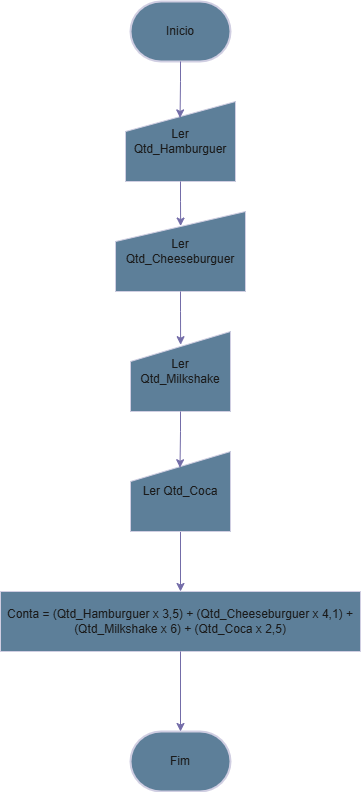
This is Diagramas/exercicios8.drawio.png from andrew-cdia/algoritmos-lista1, a draw.io export, as it was before one commit. Source tidied: cells renumbered, new cells last; positions are measured from the earlier drawing's top-left corner, leaving out a move shared by most shapes.
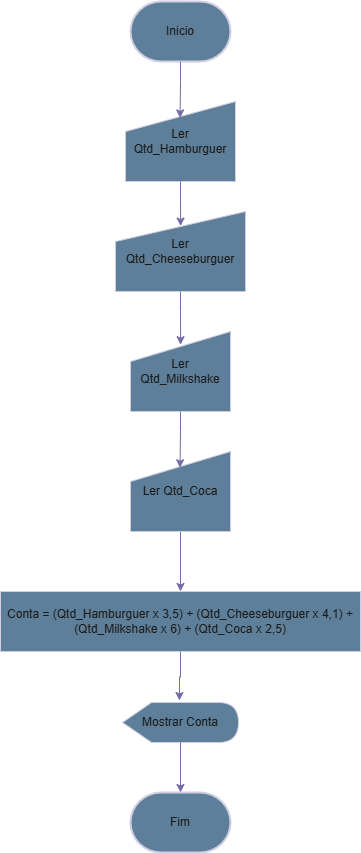
After the change.

What changed in the source:
```diff
@@ -3,7 +3,7 @@
     <mxCell id="0" />
     <mxCell id="1" parent="0" />
     <mxCell id="2" value="Fim" style="strokeWidth=2;html=1;shape=mxgraph.flowchart.terminator;whiteSpace=wrap;labelBackgroundColor=none;fillColor=#5D7F99;strokeColor=#D0CEE2;fontColor=#1A1A1A;" parent="1" vertex="1">
-      <mxGeometry x="130" y="730" width="100" height="60" as="geometry" />
+      <mxGeometry x="130" y="791" width="100" height="60" as="geometry" />
     </mxCell>
     <mxCell id="3" value="Inicio" style="strokeWidth=2;html=1;shape=mxgraph.flowchart.terminator;whiteSpace=wrap;labelBackgroundColor=none;fillColor=#5D7F99;strokeColor=#D0CEE2;fontColor=#1A1A1A;" parent="1" vertex="1">
       <mxGeometry x="130" width="100" height="60" as="geometry" />
@@ -38,8 +38,14 @@
     <mxCell id="13" style="edgeStyle=orthogonalEdgeStyle;rounded=0;jettySize=auto;html=1;entryX=0.495;entryY=0.203;entryDx=0;entryDy=0;entryPerimeter=0;labelBackgroundColor=none;strokeColor=#736CA8;fontColor=default;" parent="1" edge="1" source="6" target="5">
       <mxGeometry relative="1" as="geometry" />
     </mxCell>
-    <mxCell id="14" style="edgeStyle=orthogonalEdgeStyle;rounded=0;jettySize=auto;html=1;entryX=0.5;entryY=0;entryDx=0;entryDy=0;entryPerimeter=0;labelBackgroundColor=none;strokeColor=#736CA8;fontColor=default;" parent="1" edge="1" source="9" target="2">
-      <mxGeometry relative="1" as="geometry" />
-    </mxCell>
+    <mxCell id="15" value="Mostrar Conta" style="shape=display;whiteSpace=wrap;html=1;strokeColor=#D0CEE2;fontColor=#1A1A1A;fillColor=#5D7F99;" parent="1" vertex="1">
+      <mxGeometry x="122" y="701" width="116" height="40" as="geometry" />
+    </mxCell>
+    <mxCell id="16" style="edgeStyle=orthogonalEdgeStyle;rounded=0;jettySize=auto;html=1;entryX=0.491;entryY=-0.05;entryDx=0;entryDy=0;entryPerimeter=0;strokeColor=#736CA8;fontColor=#1A1A1A;" parent="1" edge="1" source="9" target="15">
+      <mxGeometry relative="1" as="geometry" />
+    </mxCell>
+    <mxCell id="17" style="edgeStyle=orthogonalEdgeStyle;rounded=0;jettySize=auto;html=1;entryX=0.5;entryY=0;entryDx=0;entryDy=0;entryPerimeter=0;strokeColor=#736CA8;fontColor=#1A1A1A;" parent="1" edge="1" source="15" target="2">
+      <mxGeometry relative="1" as="geometry" />
+    </mxCell>
   </root>
 </mxGraphModel>
```
